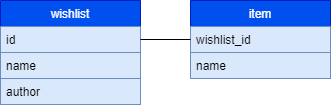
The draw.io diagram schema.png in thirionlogan/amazonia, before a commit. Source tidied: cells renumbered, new cells last; positions are measured from the earlier drawing's top-left corner, leaving out a move shared by most shapes. The source it was exported from:
```xml
<mxGraphModel>
  <root>
    <mxCell id="0" />
    <mxCell id="1" parent="0" />
    <mxCell id="2" value="wishlist" style="swimlane;fontStyle=0;horizontal=1;startSize=26;fillColor=#0050ef;strokeColor=#001DBC;fontColor=#ffffff;" parent="1" vertex="1">
      <mxGeometry width="140" height="104" as="geometry" />
    </mxCell>
    <mxCell id="3" value="id" style="text;strokeColor=#6c8ebf;fillColor=#dae8fc;align=left;verticalAlign=top;spacingLeft=4;spacingRight=4;overflow=hidden;points=[[0,0.5],[1,0.5]];portConstraint=eastwest;" parent="2" vertex="1">
      <mxGeometry y="26" width="140" height="26" as="geometry" />
    </mxCell>
    <mxCell id="4" value="name" style="text;strokeColor=#6c8ebf;fillColor=#dae8fc;align=left;verticalAlign=top;spacingLeft=4;spacingRight=4;overflow=hidden;" parent="2" vertex="1">
      <mxGeometry y="52" width="140" height="26" as="geometry" />
    </mxCell>
    <mxCell id="5" value="author&#10;" style="text;strokeColor=#6c8ebf;fillColor=#dae8fc;align=left;verticalAlign=top;spacingLeft=4;spacingRight=4;overflow=hidden;" parent="2" vertex="1">
      <mxGeometry y="78" width="140" height="26" as="geometry" />
    </mxCell>
    <mxCell id="6" value="item" style="swimlane;fontStyle=0;horizontal=1;startSize=26;fillColor=#0050ef;strokeColor=#001DBC;fontColor=#ffffff;" parent="1" vertex="1">
      <mxGeometry x="190" width="140" height="78" as="geometry" />
    </mxCell>
    <mxCell id="7" value="wishlist_id" style="text;strokeColor=#6c8ebf;fillColor=#dae8fc;align=left;verticalAlign=top;spacingLeft=4;spacingRight=4;overflow=hidden;points=[[0,0.5],[1,0.5]];portConstraint=eastwest;" parent="6" vertex="1">
      <mxGeometry y="26" width="140" height="26" as="geometry" />
    </mxCell>
    <mxCell id="8" value="name" style="text;strokeColor=#6c8ebf;fillColor=#dae8fc;align=left;verticalAlign=top;spacingLeft=4;spacingRight=4;overflow=hidden;" parent="6" vertex="1">
      <mxGeometry y="52" width="140" height="26" as="geometry" />
    </mxCell>
    <mxCell id="9" style="edgeStyle=orthogonalEdgeStyle;rounded=0;jettySize=auto;html=1;exitX=1;exitY=0.5;exitDx=0;exitDy=0;entryX=0;entryY=0.5;entryDx=0;entryDy=0;endArrow=none;endFill=0;" parent="1" edge="1" source="3" target="7">
      <mxGeometry relative="1" as="geometry" />
    </mxCell>
  </root>
</mxGraphModel>
```
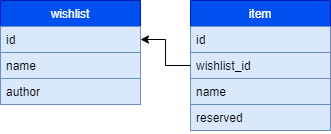
Later version of the same file.

The edit, as a diff of the source:
```diff
@@ -15,15 +15,21 @@
       <mxGeometry y="78" width="140" height="26" as="geometry" />
     </mxCell>
     <mxCell id="6" value="item" style="swimlane;fontStyle=0;horizontal=1;startSize=26;fillColor=#0050ef;strokeColor=#001DBC;fontColor=#ffffff;" parent="1" vertex="1">
-      <mxGeometry x="190" width="140" height="78" as="geometry" />
+      <mxGeometry x="190" width="140" height="130" as="geometry" />
     </mxCell>
+    <mxCell id="10" value="id" style="text;strokeColor=#6c8ebf;fillColor=#dae8fc;align=left;verticalAlign=top;spacingLeft=4;spacingRight=4;overflow=hidden;" parent="6" vertex="1">
+      <mxGeometry y="26" width="140" height="26" as="geometry" />
+    </mxCell>
     <mxCell id="7" value="wishlist_id" style="text;strokeColor=#6c8ebf;fillColor=#dae8fc;align=left;verticalAlign=top;spacingLeft=4;spacingRight=4;overflow=hidden;points=[[0,0.5],[1,0.5]];portConstraint=eastwest;" parent="6" vertex="1">
-      <mxGeometry y="26" width="140" height="26" as="geometry" />
+      <mxGeometry y="52" width="140" height="26" as="geometry" />
     </mxCell>
     <mxCell id="8" value="name" style="text;strokeColor=#6c8ebf;fillColor=#dae8fc;align=left;verticalAlign=top;spacingLeft=4;spacingRight=4;overflow=hidden;" parent="6" vertex="1">
-      <mxGeometry y="52" width="140" height="26" as="geometry" />
+      <mxGeometry y="78" width="140" height="26" as="geometry" />
     </mxCell>
+    <mxCell id="11" value="reserved" style="text;strokeColor=#6c8ebf;fillColor=#dae8fc;align=left;verticalAlign=top;spacingLeft=4;spacingRight=4;overflow=hidden;" parent="6" vertex="1">
+      <mxGeometry y="104" width="140" height="26" as="geometry" />
+    </mxCell>
-    <mxCell id="9" style="edgeStyle=orthogonalEdgeStyle;rounded=0;jettySize=auto;html=1;exitX=1;exitY=0.5;exitDx=0;exitDy=0;entryX=0;entryY=0.5;entryDx=0;entryDy=0;endArrow=none;endFill=0;" parent="1" edge="1" source="3" target="7">
+    <mxCell id="9" style="edgeStyle=orthogonalEdgeStyle;rounded=0;jettySize=auto;html=1;exitX=1;exitY=0.5;exitDx=0;exitDy=0;entryX=0;entryY=0.5;entryDx=0;entryDy=0;endArrow=none;endFill=0;startArrow=classic;startFill=1;" parent="1" edge="1" source="3" target="7">
       <mxGeometry relative="1" as="geometry" />
     </mxCell>
   </root>
```
